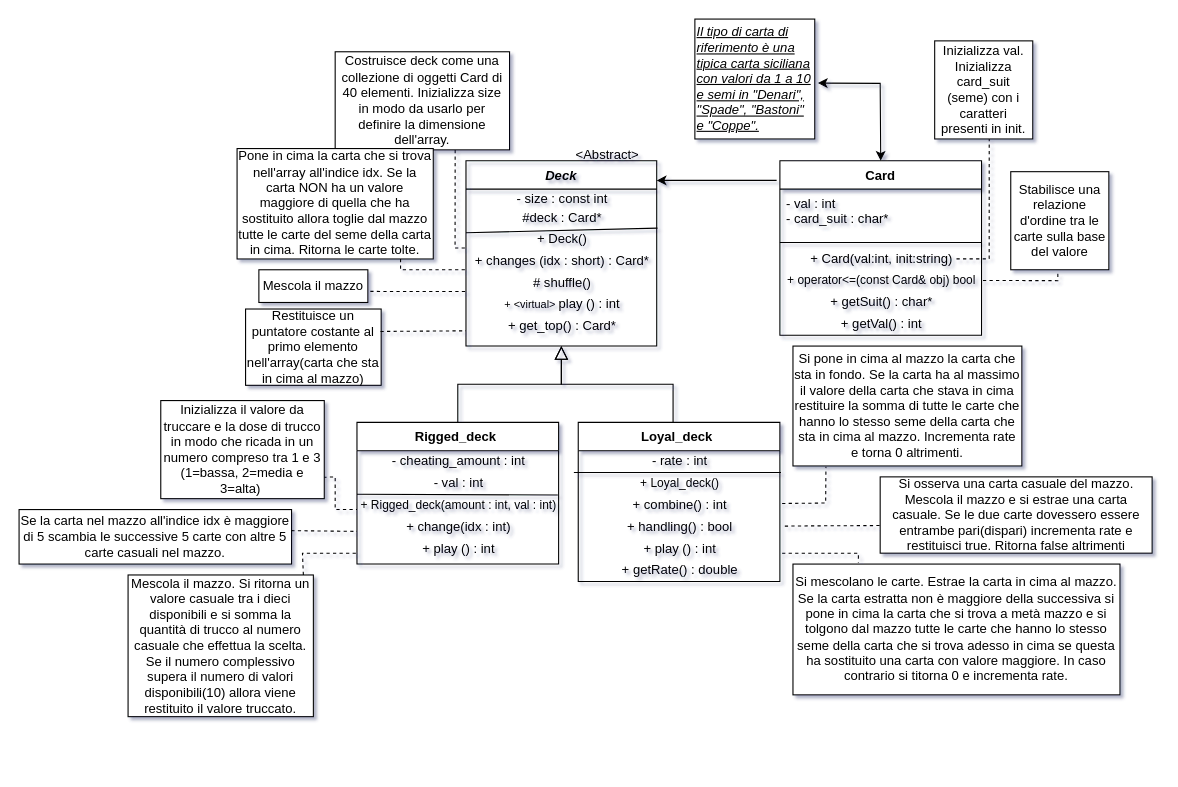
nameisalfio/ProgI keeps this draw.io diagram as Lab.-ProgI-AA-2022/Deck/DiagrammaDeck.drawio. Above is the earlier version. Source tidied: cells renumbered, new cells numbered last; positions are measured from the earlier drawing's top-left corner, leaving out a move shared by most shapes. Both pictures are drawn from the tidied source at 109%, with x=0, y=0 at pixel (19, 19).
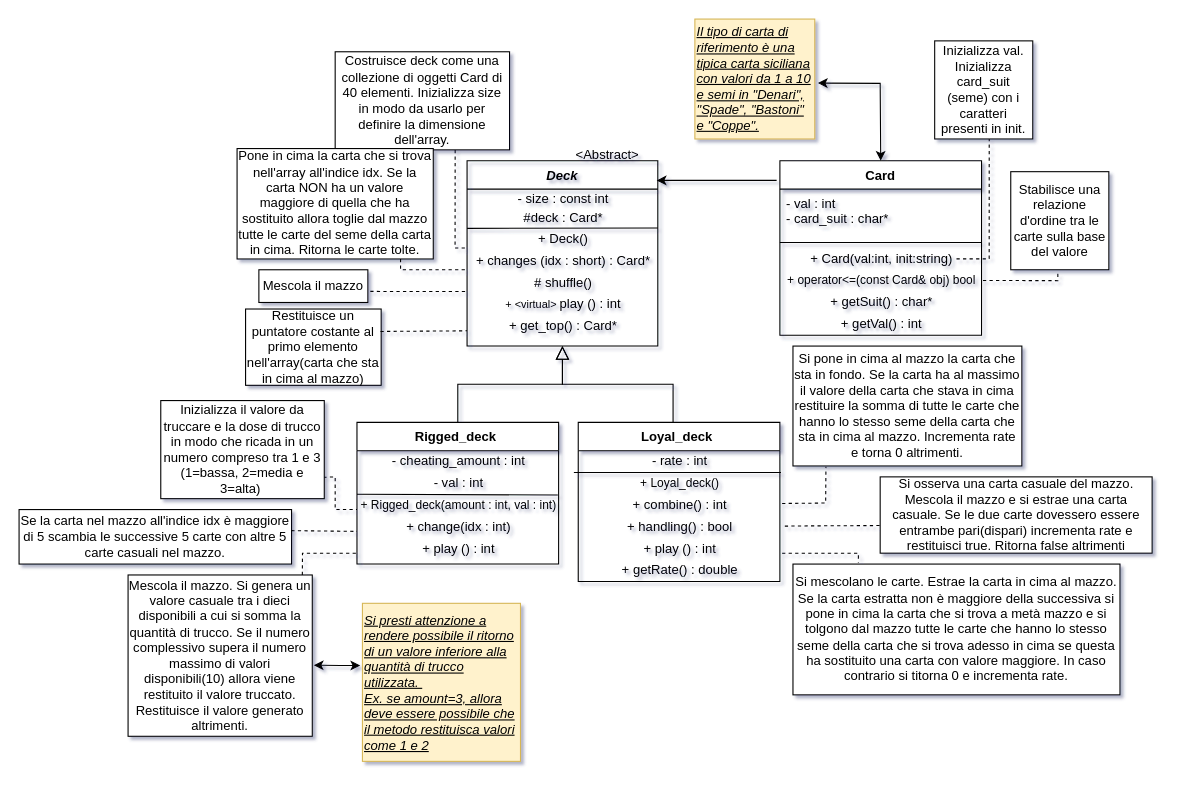
Above is the later version.

Unchanged cells that the change refers to:
```xml
<mxCell id="4" value="#deck : Card*" style="text;html=1;align=center;verticalAlign=middle;points=[];fillColor=none;rounded=0;" parent="2" vertex="1">
  <mxGeometry y="44" width="175" height="18" as="geometry" />
</mxCell>
```

Change to the diagram source:
```diff
@@
     <mxCell id="2" value="Deck" style="swimlane;fontStyle=3;align=center;verticalAlign=top;horizontal=1;startSize=26;rounded=0;shadow=0;strokeWidth=1;fillColor=none;" parent="1" vertex="1">
-      <mxGeometry x="410" y="130" width="175" height="170" as="geometry" />
+      <mxGeometry x="411" y="130" width="175" height="170" as="geometry" />
     </mxCell>
@@
-    <mxCell id="5" style="endArrow=none;html=1;rounded=0;entryX=1.004;entryY=0.99;entryDx=0;entryDy=0;entryPerimeter=0;fillColor=none;" parent="2" edge="1" target="4">
-      <mxGeometry relative="1" as="geometry">
-        <mxPoint y="66" as="sourcePoint" />
-      </mxGeometry>
-    </mxCell>
+    <mxCell id="64" style="endArrow=none;html=1;rounded=0;" parent="2" edge="1">
+      <mxGeometry relative="1" as="geometry">
+        <mxPoint y="62" as="sourcePoint" />
+        <mxPoint x="175" y="61.7" as="targetPoint" />
+      </mxGeometry>
+    </mxCell>
@@
-    <mxCell id="36" value="&lt;div style=&quot;&quot;&gt;&lt;u style=&quot;background-color: initial;&quot;&gt;&lt;i&gt;Il tipo di carta di riferimento è una tipica carta siciliana con valori da 1 a 10 e semi in &quot;Denari&quot;, &quot;Spade&quot;, &quot;Bastoni&quot; e &quot;Coppe&quot;.&lt;/i&gt;&lt;/u&gt;&lt;/div&gt;" style="whiteSpace=wrap;html=1;align=left;rounded=0;" parent="1" vertex="1">
+    <mxCell id="36" value="&lt;div style=&quot;&quot;&gt;&lt;u style=&quot;background-color: initial;&quot;&gt;&lt;i&gt;Il tipo di carta di riferimento è una tipica carta siciliana con valori da 1 a 10 e semi in &quot;Denari&quot;, &quot;Spade&quot;, &quot;Bastoni&quot; e &quot;Coppe&quot;.&lt;/i&gt;&lt;/u&gt;&lt;/div&gt;" style="whiteSpace=wrap;html=1;align=left;rounded=0;fillColor=#fff2cc;strokeColor=#d6b656;" parent="1" vertex="1">
       <mxGeometry x="620" width="110" height="110" as="geometry" />
     </mxCell>
@@
-    <mxCell id="46" value="Mescola il mazzo. Si ritorna un valore casuale tra i dieci disponibili e si somma la quantità di trucco al numero casuale che effettua la scelta. Se il numero complessivo supera il numero di valori disponibili(10) allora viene restituito il valore truccato." style="rounded=0;whiteSpace=wrap;html=1;" parent="1" vertex="1">
-      <mxGeometry x="100" y="510" width="170" height="130" as="geometry" />
+    <mxCell id="46" value="Mescola il mazzo. Si genera un valore casuale tra i dieci disponibili a cui si somma la quantità di trucco. Se il numero complessivo supera il numero massimo di valori disponibili(10) allora viene restituito il valore truccato. Restituisce il valore generato altrimenti." style="rounded=0;whiteSpace=wrap;html=1;" parent="1" vertex="1">
+      <mxGeometry x="100" y="510" width="169" height="148" as="geometry" />
     </mxCell>
@@
+    <mxCell id="65" value="&lt;div style=&quot;&quot;&gt;&lt;u style=&quot;background-color: initial;&quot;&gt;&lt;i&gt;Si presti attenzione a rendere possibile il ritorno di un valore inferiore alla quantità di trucco utilizzata.&amp;nbsp;&lt;/i&gt;&lt;/u&gt;&lt;/div&gt;&lt;div style=&quot;&quot;&gt;&lt;u style=&quot;background-color: initial;&quot;&gt;&lt;i&gt;Ex. se amount=3, allora deve essere possibile che il metodo restituisca valori come 1 e 2&lt;/i&gt;&lt;/u&gt;&lt;/div&gt;" style="whiteSpace=wrap;html=1;align=left;rounded=0;fillColor=#fff2cc;strokeColor=#d6b656;" parent="1" vertex="1">
+      <mxGeometry x="315" y="536" width="145" height="145" as="geometry" />
+    </mxCell>
+    <mxCell id="66" style="endArrow=classic;startArrow=classic;html=1;rounded=0;exitX=1.008;exitY=0.559;exitDx=0;exitDy=0;exitPerimeter=0;" parent="1" edge="1" source="46">
+      <mxGeometry relative="1" as="geometry">
+        <mxPoint x="313" y="593" as="targetPoint" />
+        <Array as="points">
+          <mxPoint x="295" y="593" />
+        </Array>
+      </mxGeometry>
+    </mxCell>
```
